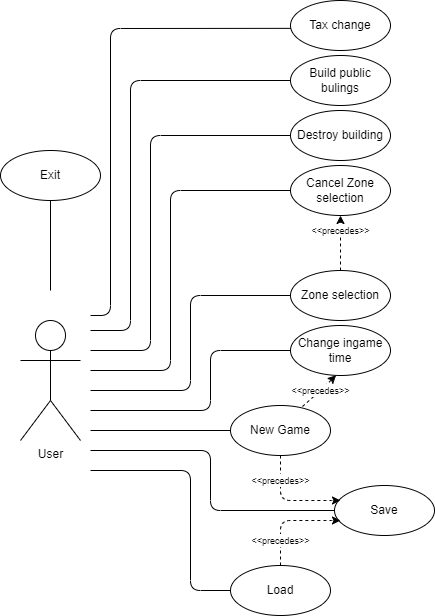
This is Documentation/diagrams/usecase_diagram.png from K-Kristof-work/test, a draw.io export, as it was before one commit. Source tidied: cells renumbered, new cells last; positions are measured from the earlier drawing's top-left corner, leaving out a move shared by most shapes. Its diagram source:
```xml
<mxGraphModel>
  <root>
    <mxCell id="0" />
    <mxCell id="1" parent="0" />
    <mxCell id="2" value="User" style="shape=umlActor;verticalLabelPosition=bottom;verticalAlign=top;html=1;" parent="1" vertex="1">
      <mxGeometry x="20" y="320" width="60" height="120" as="geometry" />
    </mxCell>
    <mxCell id="3" value="New Game" style="ellipse;whiteSpace=wrap;html=1;" parent="1" vertex="1">
      <mxGeometry x="230" y="405" width="100" height="50" as="geometry" />
    </mxCell>
    <mxCell id="4" value="Zone selection" style="ellipse;whiteSpace=wrap;html=1;" parent="1" vertex="1">
      <mxGeometry x="290" y="270" width="100" height="50" as="geometry" />
    </mxCell>
    <mxCell id="5" value="Build public bulings" style="ellipse;whiteSpace=wrap;html=1;" parent="1" vertex="1">
      <mxGeometry x="290" y="55" width="100" height="50" as="geometry" />
    </mxCell>
    <mxCell id="6" value="Save" style="ellipse;whiteSpace=wrap;html=1;" parent="1" vertex="1">
      <mxGeometry x="334" y="485" width="100" height="50" as="geometry" />
    </mxCell>
    <mxCell id="7" value="Load" style="ellipse;whiteSpace=wrap;html=1;" parent="1" vertex="1">
      <mxGeometry x="230" y="565" width="100" height="50" as="geometry" />
    </mxCell>
    <mxCell id="8" value="Change ingame time" style="ellipse;whiteSpace=wrap;html=1;" parent="1" vertex="1">
      <mxGeometry x="290" y="325" width="100" height="50" as="geometry" />
    </mxCell>
    <mxCell id="9" value="Destroy building" style="ellipse;whiteSpace=wrap;html=1;" parent="1" vertex="1">
      <mxGeometry x="290" y="110" width="100" height="50" as="geometry" />
    </mxCell>
    <mxCell id="10" value="Tax change" style="ellipse;whiteSpace=wrap;html=1;" parent="1" vertex="1">
      <mxGeometry x="290" width="100" height="50" as="geometry" />
    </mxCell>
    <mxCell id="11" value="Cancel Zone selection" style="ellipse;whiteSpace=wrap;html=1;" parent="1" vertex="1">
      <mxGeometry x="290" y="165" width="100" height="50" as="geometry" />
    </mxCell>
    <mxCell id="12" value="Exit" style="ellipse;whiteSpace=wrap;html=1;" parent="1" vertex="1">
      <mxGeometry y="150" width="100" height="50" as="geometry" />
    </mxCell>
    <mxCell id="13" style="endArrow=none;html=1;rounded=0;entryX=0.5;entryY=1;entryDx=0;entryDy=0;endFill=0;" parent="1" edge="1" target="12">
      <mxGeometry relative="1" as="geometry">
        <mxPoint x="50" y="290" as="sourcePoint" />
      </mxGeometry>
    </mxCell>
    <mxCell id="14" style="endArrow=none;html=1;rounded=0;entryX=0;entryY=0.5;entryDx=0;entryDy=0;" parent="1" edge="1" target="3">
      <mxGeometry relative="1" as="geometry">
        <mxPoint x="90" y="430" as="sourcePoint" />
      </mxGeometry>
    </mxCell>
    <mxCell id="15" style="endArrow=none;html=1;rounded=1;entryX=0;entryY=0.5;entryDx=0;entryDy=0;" parent="1" edge="1" target="7">
      <mxGeometry relative="1" as="geometry">
        <mxPoint x="90" y="470" as="sourcePoint" />
        <Array as="points">
          <mxPoint x="190" y="470" />
          <mxPoint x="190" y="590" />
        </Array>
      </mxGeometry>
    </mxCell>
    <mxCell id="16" style="endArrow=none;html=1;rounded=1;entryX=0;entryY=0.5;entryDx=0;entryDy=0;" parent="1" edge="1" target="6">
      <mxGeometry relative="1" as="geometry">
        <mxPoint x="90" y="450" as="sourcePoint" />
        <Array as="points">
          <mxPoint x="210" y="450" />
          <mxPoint x="210" y="510" />
        </Array>
      </mxGeometry>
    </mxCell>
    <mxCell id="17" style="endArrow=none;html=1;rounded=1;entryX=0;entryY=0.5;entryDx=0;entryDy=0;" parent="1" edge="1" target="8">
      <mxGeometry relative="1" as="geometry">
        <mxPoint x="90" y="410" as="sourcePoint" />
        <Array as="points">
          <mxPoint x="210" y="410" />
          <mxPoint x="210" y="350" />
        </Array>
      </mxGeometry>
    </mxCell>
    <mxCell id="18" style="endArrow=none;html=1;rounded=1;entryX=0;entryY=0.5;entryDx=0;entryDy=0;" parent="1" edge="1" target="4">
      <mxGeometry relative="1" as="geometry">
        <mxPoint x="90" y="390" as="sourcePoint" />
        <Array as="points">
          <mxPoint x="190" y="390" />
          <mxPoint x="190" y="295" />
        </Array>
      </mxGeometry>
    </mxCell>
    <mxCell id="19" style="endArrow=none;html=1;rounded=1;entryX=0;entryY=0.5;entryDx=0;entryDy=0;" parent="1" edge="1" target="11">
      <mxGeometry relative="1" as="geometry">
        <mxPoint x="90" y="370" as="sourcePoint" />
        <Array as="points">
          <mxPoint x="170" y="370" />
          <mxPoint x="170" y="190" />
        </Array>
      </mxGeometry>
    </mxCell>
    <mxCell id="20" style="endArrow=none;html=1;rounded=1;entryX=0;entryY=0.5;entryDx=0;entryDy=0;" parent="1" edge="1" target="9">
      <mxGeometry relative="1" as="geometry">
        <mxPoint x="90" y="350" as="sourcePoint" />
        <Array as="points">
          <mxPoint x="150" y="350" />
          <mxPoint x="150" y="135" />
        </Array>
      </mxGeometry>
    </mxCell>
    <mxCell id="21" value="&lt;font style=&quot;font-size: 9px;&quot;&gt;&amp;lt;&amp;lt;precedes&amp;gt;&amp;gt;&lt;/font&gt;" style="endArrow=classic;dashed=1;html=1;rounded=0;exitX=0.5;exitY=0;exitDx=0;exitDy=0;entryX=0.5;entryY=1;entryDx=0;entryDy=0;startArrow=none;startFill=0;endFill=1;" parent="1" edge="1" source="4" target="11">
      <mxGeometry x="0.45" relative="1" as="geometry">
        <Array as="points">
          <mxPoint x="340" y="240" />
        </Array>
      </mxGeometry>
    </mxCell>
    <mxCell id="22" value="&lt;font style=&quot;font-size: 9px;&quot;&gt;&amp;lt;&amp;lt;precedes&amp;gt;&amp;gt;&lt;/font&gt;" style="endArrow=classic;dashed=1;html=1;rounded=0;entryX=0.456;entryY=0.996;entryDx=0;entryDy=0;startArrow=none;startFill=0;endFill=1;entryPerimeter=0;exitX=0.72;exitY=0.02;exitDx=0;exitDy=0;exitPerimeter=0;" parent="1" edge="1" source="3" target="8">
      <mxGeometry x="0.05" relative="1" as="geometry">
        <Array as="points">
          <mxPoint x="320" y="390" />
        </Array>
      </mxGeometry>
    </mxCell>
    <mxCell id="23" value="&lt;font style=&quot;font-size: 9px;&quot;&gt;&amp;lt;&amp;lt;precedes&amp;gt;&amp;gt;&lt;/font&gt;" style="endArrow=classic;dashed=1;html=1;rounded=1;startArrow=none;startFill=0;endFill=1;exitX=0.5;exitY=1;exitDx=0;exitDy=0;" parent="1" edge="1" source="3">
      <mxGeometry x="-0.52" relative="1" as="geometry">
        <mxPoint x="340" y="500" as="targetPoint" />
        <Array as="points">
          <mxPoint x="280" y="500" />
          <mxPoint x="330" y="500" />
        </Array>
      </mxGeometry>
    </mxCell>
    <mxCell id="24" value="&lt;font style=&quot;font-size: 9px;&quot;&gt;&amp;lt;&amp;lt;precedes&amp;gt;&amp;gt;&lt;/font&gt;" style="endArrow=classic;dashed=1;html=1;rounded=1;startArrow=none;startFill=0;endFill=1;exitX=0.5;exitY=0;exitDx=0;exitDy=0;" parent="1" edge="1" source="7">
      <mxGeometry x="-0.52" relative="1" as="geometry">
        <mxPoint x="340" y="520" as="targetPoint" />
        <Array as="points">
          <mxPoint x="280" y="520" />
          <mxPoint x="330" y="520" />
        </Array>
      </mxGeometry>
    </mxCell>
    <mxCell id="25" style="endArrow=none;html=1;rounded=1;entryX=0;entryY=0.5;entryDx=0;entryDy=0;" parent="1" edge="1" target="5">
      <mxGeometry relative="1" as="geometry">
        <mxPoint x="90" y="330" as="sourcePoint" />
        <Array as="points">
          <mxPoint x="130" y="330" />
          <mxPoint x="130" y="80" />
        </Array>
      </mxGeometry>
    </mxCell>
    <mxCell id="26" style="endArrow=none;html=1;rounded=1;entryX=0.004;entryY=0.557;entryDx=0;entryDy=0;entryPerimeter=0;" parent="1" edge="1" target="10">
      <mxGeometry relative="1" as="geometry">
        <mxPoint x="90" y="315" as="sourcePoint" />
        <Array as="points">
          <mxPoint x="110" y="315" />
          <mxPoint x="110" y="28" />
        </Array>
      </mxGeometry>
    </mxCell>
  </root>
</mxGraphModel>
```
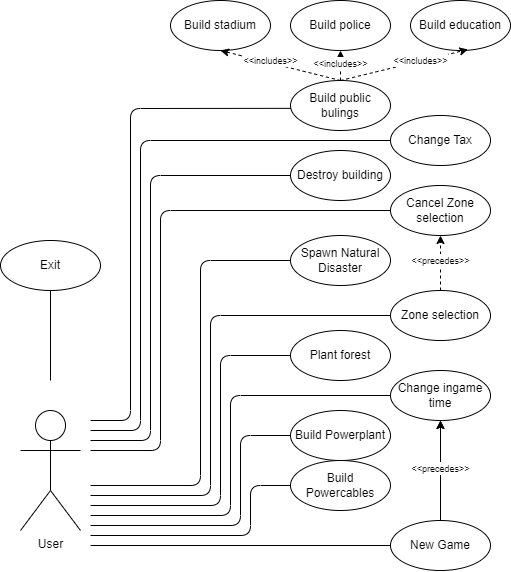
Later version of the same file.

Commit message:
Updated user case diagram

Change to the diagram source:
```diff
@@ -3,151 +3,172 @@
     <mxCell id="0" />
     <mxCell id="1" parent="0" />
     <mxCell id="2" value="User" style="shape=umlActor;verticalLabelPosition=bottom;verticalAlign=top;html=1;" parent="1" vertex="1">
-      <mxGeometry x="20" y="320" width="60" height="120" as="geometry" />
+      <mxGeometry x="30" y="440" width="60" height="120" as="geometry" />
     </mxCell>
+    <mxCell id="27" style="edgeStyle=orthogonalEdgeStyle;rounded=0;jettySize=auto;html=1;" parent="1" edge="1" source="3" target="8">
+      <mxGeometry relative="1" as="geometry" />
+    </mxCell>
     <mxCell id="3" value="New Game" style="ellipse;whiteSpace=wrap;html=1;" parent="1" vertex="1">
-      <mxGeometry x="230" y="405" width="100" height="50" as="geometry" />
+      <mxGeometry x="400" y="550" width="100" height="50" as="geometry" />
     </mxCell>
     <mxCell id="4" value="Zone selection" style="ellipse;whiteSpace=wrap;html=1;" parent="1" vertex="1">
-      <mxGeometry x="290" y="270" width="100" height="50" as="geometry" />
+      <mxGeometry x="400" y="320" width="100" height="50" as="geometry" />
     </mxCell>
-    <mxCell id="5" value="Build public bulings" style="ellipse;whiteSpace=wrap;html=1;" parent="1" vertex="1">
-      <mxGeometry x="290" y="55" width="100" height="50" as="geometry" />
+    <mxCell id="5" value="Change Tax" style="ellipse;whiteSpace=wrap;html=1;" parent="1" vertex="1">
+      <mxGeometry x="400" y="145" width="100" height="50" as="geometry" />
     </mxCell>
-    <mxCell id="6" value="Save" style="ellipse;whiteSpace=wrap;html=1;" parent="1" vertex="1">
-      <mxGeometry x="334" y="485" width="100" height="50" as="geometry" />
-    </mxCell>
-    <mxCell id="7" value="Load" style="ellipse;whiteSpace=wrap;html=1;" parent="1" vertex="1">
-      <mxGeometry x="230" y="565" width="100" height="50" as="geometry" />
-    </mxCell>
     <mxCell id="8" value="Change ingame time" style="ellipse;whiteSpace=wrap;html=1;" parent="1" vertex="1">
-      <mxGeometry x="290" y="325" width="100" height="50" as="geometry" />
+      <mxGeometry x="400" y="400" width="100" height="50" as="geometry" />
     </mxCell>
     <mxCell id="9" value="Destroy building" style="ellipse;whiteSpace=wrap;html=1;" parent="1" vertex="1">
-      <mxGeometry x="290" y="110" width="100" height="50" as="geometry" />
+      <mxGeometry x="300" y="180" width="100" height="50" as="geometry" />
     </mxCell>
-    <mxCell id="10" value="Tax change" style="ellipse;whiteSpace=wrap;html=1;" parent="1" vertex="1">
-      <mxGeometry x="290" width="100" height="50" as="geometry" />
+    <mxCell id="10" value="Build public bulings" style="ellipse;whiteSpace=wrap;html=1;" parent="1" vertex="1">
+      <mxGeometry x="300" y="110" width="100" height="50" as="geometry" />
     </mxCell>
     <mxCell id="11" value="Cancel Zone selection" style="ellipse;whiteSpace=wrap;html=1;" parent="1" vertex="1">
-      <mxGeometry x="290" y="165" width="100" height="50" as="geometry" />
+      <mxGeometry x="400" y="215" width="100" height="50" as="geometry" />
     </mxCell>
     <mxCell id="12" value="Exit" style="ellipse;whiteSpace=wrap;html=1;" parent="1" vertex="1">
-      <mxGeometry y="150" width="100" height="50" as="geometry" />
+      <mxGeometry x="10" y="270" width="100" height="50" as="geometry" />
     </mxCell>
     <mxCell id="13" style="endArrow=none;html=1;rounded=0;entryX=0.5;entryY=1;entryDx=0;entryDy=0;endFill=0;" parent="1" edge="1" target="12">
       <mxGeometry relative="1" as="geometry">
-        <mxPoint x="50" y="290" as="sourcePoint" />
+        <mxPoint x="60" y="410" as="sourcePoint" />
       </mxGeometry>
     </mxCell>
     <mxCell id="14" style="endArrow=none;html=1;rounded=0;entryX=0;entryY=0.5;entryDx=0;entryDy=0;" parent="1" edge="1" target="3">
       <mxGeometry relative="1" as="geometry">
-        <mxPoint x="90" y="430" as="sourcePoint" />
+        <mxPoint x="100" y="575" as="sourcePoint" />
       </mxGeometry>
     </mxCell>
-    <mxCell id="15" style="endArrow=none;html=1;rounded=1;entryX=0;entryY=0.5;entryDx=0;entryDy=0;" parent="1" edge="1" target="7">
-      <mxGeometry relative="1" as="geometry">
-        <mxPoint x="90" y="470" as="sourcePoint" />
-        <Array as="points">
-          <mxPoint x="190" y="470" />
-          <mxPoint x="190" y="590" />
-        </Array>
-      </mxGeometry>
-    </mxCell>
-    <mxCell id="16" style="endArrow=none;html=1;rounded=1;entryX=0;entryY=0.5;entryDx=0;entryDy=0;" parent="1" edge="1" target="6">
-      <mxGeometry relative="1" as="geometry">
-        <mxPoint x="90" y="450" as="sourcePoint" />
-        <Array as="points">
-          <mxPoint x="210" y="450" />
-          <mxPoint x="210" y="510" />
-        </Array>
-      </mxGeometry>
-    </mxCell>
     <mxCell id="17" style="endArrow=none;html=1;rounded=1;entryX=0;entryY=0.5;entryDx=0;entryDy=0;" parent="1" edge="1" target="8">
       <mxGeometry relative="1" as="geometry">
-        <mxPoint x="90" y="410" as="sourcePoint" />
+        <mxPoint x="100" y="545" as="sourcePoint" />
         <Array as="points">
-          <mxPoint x="210" y="410" />
-          <mxPoint x="210" y="350" />
+          <mxPoint x="240" y="545" />
+          <mxPoint x="240" y="425" />
         </Array>
       </mxGeometry>
     </mxCell>
     <mxCell id="18" style="endArrow=none;html=1;rounded=1;entryX=0;entryY=0.5;entryDx=0;entryDy=0;" parent="1" edge="1" target="4">
       <mxGeometry relative="1" as="geometry">
-        <mxPoint x="90" y="390" as="sourcePoint" />
+        <mxPoint x="100" y="525" as="sourcePoint" />
         <Array as="points">
-          <mxPoint x="190" y="390" />
-          <mxPoint x="190" y="295" />
+          <mxPoint x="220" y="525" />
+          <mxPoint x="220" y="345" />
         </Array>
       </mxGeometry>
     </mxCell>
     <mxCell id="19" style="endArrow=none;html=1;rounded=1;entryX=0;entryY=0.5;entryDx=0;entryDy=0;" parent="1" edge="1" target="11">
       <mxGeometry relative="1" as="geometry">
-        <mxPoint x="90" y="370" as="sourcePoint" />
+        <mxPoint x="100" y="480" as="sourcePoint" />
         <Array as="points">
-          <mxPoint x="170" y="370" />
-          <mxPoint x="170" y="190" />
+          <mxPoint x="170" y="480" />
+          <mxPoint x="170" y="240" />
         </Array>
       </mxGeometry>
     </mxCell>
     <mxCell id="20" style="endArrow=none;html=1;rounded=1;entryX=0;entryY=0.5;entryDx=0;entryDy=0;" parent="1" edge="1" target="9">
       <mxGeometry relative="1" as="geometry">
-        <mxPoint x="90" y="350" as="sourcePoint" />
+        <mxPoint x="100" y="470" as="sourcePoint" />
         <Array as="points">
-          <mxPoint x="150" y="350" />
-          <mxPoint x="150" y="135" />
+          <mxPoint x="160" y="470" />
+          <mxPoint x="160" y="205" />
         </Array>
       </mxGeometry>
     </mxCell>
     <mxCell id="21" value="&lt;font style=&quot;font-size: 9px;&quot;&gt;&amp;lt;&amp;lt;precedes&amp;gt;&amp;gt;&lt;/font&gt;" style="endArrow=classic;dashed=1;html=1;rounded=0;exitX=0.5;exitY=0;exitDx=0;exitDy=0;entryX=0.5;entryY=1;entryDx=0;entryDy=0;startArrow=none;startFill=0;endFill=1;" parent="1" edge="1" source="4" target="11">
-      <mxGeometry x="0.45" relative="1" as="geometry">
-        <Array as="points">
-          <mxPoint x="340" y="240" />
-        </Array>
-      </mxGeometry>
+      <mxGeometry x="0.09" relative="1" as="geometry" />
     </mxCell>
-    <mxCell id="22" value="&lt;font style=&quot;font-size: 9px;&quot;&gt;&amp;lt;&amp;lt;precedes&amp;gt;&amp;gt;&lt;/font&gt;" style="endArrow=classic;dashed=1;html=1;rounded=0;entryX=0.456;entryY=0.996;entryDx=0;entryDy=0;startArrow=none;startFill=0;endFill=1;entryPerimeter=0;exitX=0.72;exitY=0.02;exitDx=0;exitDy=0;exitPerimeter=0;" parent="1" edge="1" source="3" target="8">
-      <mxGeometry x="0.05" relative="1" as="geometry">
-        <Array as="points">
-          <mxPoint x="320" y="390" />
-        </Array>
-      </mxGeometry>
+    <mxCell id="22" value="&lt;font style=&quot;font-size: 9px;&quot;&gt;&amp;lt;&amp;lt;precedes&amp;gt;&amp;gt;&lt;/font&gt;" style="endArrow=classic;dashed=1;html=1;rounded=0;entryX=0.5;entryY=1;entryDx=0;entryDy=0;startArrow=none;startFill=0;endFill=1;" parent="1" edge="1" source="3" target="8">
+      <mxGeometry x="0.05" relative="1" as="geometry" />
     </mxCell>
-    <mxCell id="23" value="&lt;font style=&quot;font-size: 9px;&quot;&gt;&amp;lt;&amp;lt;precedes&amp;gt;&amp;gt;&lt;/font&gt;" style="endArrow=classic;dashed=1;html=1;rounded=1;startArrow=none;startFill=0;endFill=1;exitX=0.5;exitY=1;exitDx=0;exitDy=0;" parent="1" edge="1" source="3">
-      <mxGeometry x="-0.52" relative="1" as="geometry">
-        <mxPoint x="340" y="500" as="targetPoint" />
-        <Array as="points">
-          <mxPoint x="280" y="500" />
-          <mxPoint x="330" y="500" />
-        </Array>
-      </mxGeometry>
-    </mxCell>
-    <mxCell id="24" value="&lt;font style=&quot;font-size: 9px;&quot;&gt;&amp;lt;&amp;lt;precedes&amp;gt;&amp;gt;&lt;/font&gt;" style="endArrow=classic;dashed=1;html=1;rounded=1;startArrow=none;startFill=0;endFill=1;exitX=0.5;exitY=0;exitDx=0;exitDy=0;" parent="1" edge="1" source="7">
-      <mxGeometry x="-0.52" relative="1" as="geometry">
-        <mxPoint x="340" y="520" as="targetPoint" />
-        <Array as="points">
-          <mxPoint x="280" y="520" />
-          <mxPoint x="330" y="520" />
-        </Array>
-      </mxGeometry>
-    </mxCell>
     <mxCell id="25" style="endArrow=none;html=1;rounded=1;entryX=0;entryY=0.5;entryDx=0;entryDy=0;" parent="1" edge="1" target="5">
       <mxGeometry relative="1" as="geometry">
-        <mxPoint x="90" y="330" as="sourcePoint" />
+        <mxPoint x="100" y="460" as="sourcePoint" />
         <Array as="points">
-          <mxPoint x="130" y="330" />
-          <mxPoint x="130" y="80" />
+          <mxPoint x="150" y="460" />
+          <mxPoint x="150" y="170" />
         </Array>
       </mxGeometry>
     </mxCell>
     <mxCell id="26" style="endArrow=none;html=1;rounded=1;entryX=0.004;entryY=0.557;entryDx=0;entryDy=0;entryPerimeter=0;" parent="1" edge="1" target="10">
       <mxGeometry relative="1" as="geometry">
-        <mxPoint x="90" y="315" as="sourcePoint" />
+        <mxPoint x="100" y="450" as="sourcePoint" />
         <Array as="points">
-          <mxPoint x="110" y="315" />
-          <mxPoint x="110" y="28" />
+          <mxPoint x="140" y="450" />
+          <mxPoint x="140" y="138" />
         </Array>
       </mxGeometry>
     </mxCell>
+    <mxCell id="28" value="Plant forest" style="ellipse;whiteSpace=wrap;html=1;fontSize=12;" parent="1" vertex="1">
+      <mxGeometry x="300" y="360" width="100" height="50" as="geometry" />
+    </mxCell>
+    <mxCell id="29" style="endArrow=none;html=1;rounded=1;fontSize=12;" parent="1" edge="1" target="28">
+      <mxGeometry relative="1" as="geometry">
+        <mxPoint x="100" y="535" as="sourcePoint" />
+        <Array as="points">
+          <mxPoint x="230" y="535" />
+          <mxPoint x="230" y="385" />
+        </Array>
+      </mxGeometry>
+    </mxCell>
+    <mxCell id="30" value="Build stadium" style="ellipse;whiteSpace=wrap;html=1;fontSize=12;" parent="1" vertex="1">
+      <mxGeometry x="180" y="30" width="100" height="50" as="geometry" />
+    </mxCell>
+    <mxCell id="31" value="Build police" style="ellipse;whiteSpace=wrap;html=1;fontSize=12;" parent="1" vertex="1">
+      <mxGeometry x="300" y="30" width="100" height="50" as="geometry" />
+    </mxCell>
+    <mxCell id="32" value="Build education" style="ellipse;whiteSpace=wrap;html=1;fontSize=12;" parent="1" vertex="1">
+      <mxGeometry x="420" y="30" width="100" height="50" as="geometry" />
+    </mxCell>
+    <mxCell id="33" value="&lt;font style=&quot;font-size: 9px;&quot;&gt;&amp;lt;&amp;lt;includes&amp;gt;&amp;gt;&lt;/font&gt;" style="endArrow=classic;dashed=1;html=1;rounded=0;exitX=0.5;exitY=0;exitDx=0;exitDy=0;startArrow=none;startFill=0;endFill=1;entryX=0.575;entryY=0.98;entryDx=0;entryDy=0;entryPerimeter=0;" parent="1" edge="1" source="10" target="32">
+      <mxGeometry x="0.26" y="1" relative="1" as="geometry" />
+    </mxCell>
+    <mxCell id="34" value="&lt;font style=&quot;font-size: 9px;&quot;&gt;&amp;lt;&amp;lt;includes&amp;gt;&amp;gt;&lt;/font&gt;" style="endArrow=classic;dashed=1;html=1;rounded=0;exitX=0.5;exitY=0;exitDx=0;exitDy=0;startArrow=none;startFill=0;endFill=1;entryX=0.5;entryY=1;entryDx=0;entryDy=0;" parent="1" edge="1" source="10" target="30">
+      <mxGeometry x="0.18" y="-2" relative="1" as="geometry" />
+    </mxCell>
+    <mxCell id="35" value="&lt;font style=&quot;font-size: 9px;&quot;&gt;&amp;lt;&amp;lt;includes&amp;gt;&amp;gt;&lt;/font&gt;" style="endArrow=classic;dashed=1;html=1;rounded=0;exitX=0.5;exitY=0;exitDx=0;exitDy=0;startArrow=none;startFill=0;endFill=1;" parent="1" edge="1" source="10">
+      <mxGeometry x="0.09" relative="1" as="geometry">
+        <mxPoint x="350" y="80" as="targetPoint" />
+      </mxGeometry>
+    </mxCell>
+    <mxCell id="36" value="Spawn Natural Disaster" style="ellipse;whiteSpace=wrap;html=1;" parent="1" vertex="1">
+      <mxGeometry x="300" y="265" width="100" height="50" as="geometry" />
+    </mxCell>
+    <mxCell id="37" style="endArrow=none;html=1;rounded=1;entryX=0;entryY=0.5;entryDx=0;entryDy=0;" parent="1" edge="1" target="36">
+      <mxGeometry relative="1" as="geometry">
+        <mxPoint x="100" y="515" as="sourcePoint" />
+        <Array as="points">
+          <mxPoint x="210" y="515" />
+          <mxPoint x="210" y="290" />
+        </Array>
+      </mxGeometry>
+    </mxCell>
+    <mxCell id="38" value="Build Powerplant" style="ellipse;whiteSpace=wrap;html=1;" parent="1" vertex="1">
+      <mxGeometry x="300" y="440" width="100" height="50" as="geometry" />
+    </mxCell>
+    <mxCell id="39" value="Build Powercables" style="ellipse;whiteSpace=wrap;html=1;" parent="1" vertex="1">
+      <mxGeometry x="300" y="490" width="100" height="50" as="geometry" />
+    </mxCell>
+    <mxCell id="40" style="endArrow=none;html=1;rounded=1;entryX=0;entryY=0.5;entryDx=0;entryDy=0;" parent="1" edge="1" target="38">
+      <mxGeometry relative="1" as="geometry">
+        <mxPoint x="100" y="555" as="sourcePoint" />
+        <Array as="points">
+          <mxPoint x="250" y="555" />
+          <mxPoint x="250" y="465" />
+        </Array>
+      </mxGeometry>
+    </mxCell>
+    <mxCell id="41" style="endArrow=none;html=1;rounded=1;entryX=0;entryY=0.5;entryDx=0;entryDy=0;" parent="1" edge="1" target="39">
+      <mxGeometry relative="1" as="geometry">
+        <mxPoint x="100" y="565" as="sourcePoint" />
+        <Array as="points">
+          <mxPoint x="260" y="565" />
+          <mxPoint x="260" y="515" />
+        </Array>
+      </mxGeometry>
+    </mxCell>
   </root>
 </mxGraphModel>
```
